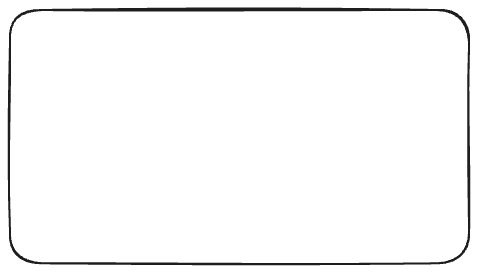
Above: structure.excalidraw.png in Velt1/auth (Excalidraw), before the change. Source tidied: one line per element, renumbered; positions are measured from the earlier drawing's top-left corner, leaving out a move shared by most shapes. Its diagram source:
```json
{"id": 0, "type": "rectangle", "strokeColor": "#1e1e1e", "strokeWidth": 2, "roughness": 1, "round": true, "x": 0, "y": 0, "width": 459, "height": 253}
```
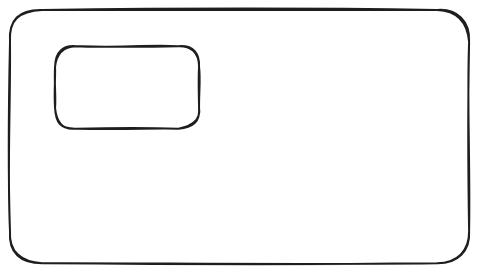
After the commit.

What changed in the source:
```diff
@@ -1,1 +1,2 @@
 {"id": 0, "type": "rectangle", "strokeColor": "#1e1e1e", "strokeWidth": 2, "roughness": 1, "round": true, "x": 0, "y": 0, "width": 459, "height": 253}
+{"id": 1, "type": "rectangle", "strokeColor": "#1e1e1e", "strokeWidth": 2, "roughness": 1, "round": true, "x": 45, "y": 36, "width": 144, "height": 82}
```
